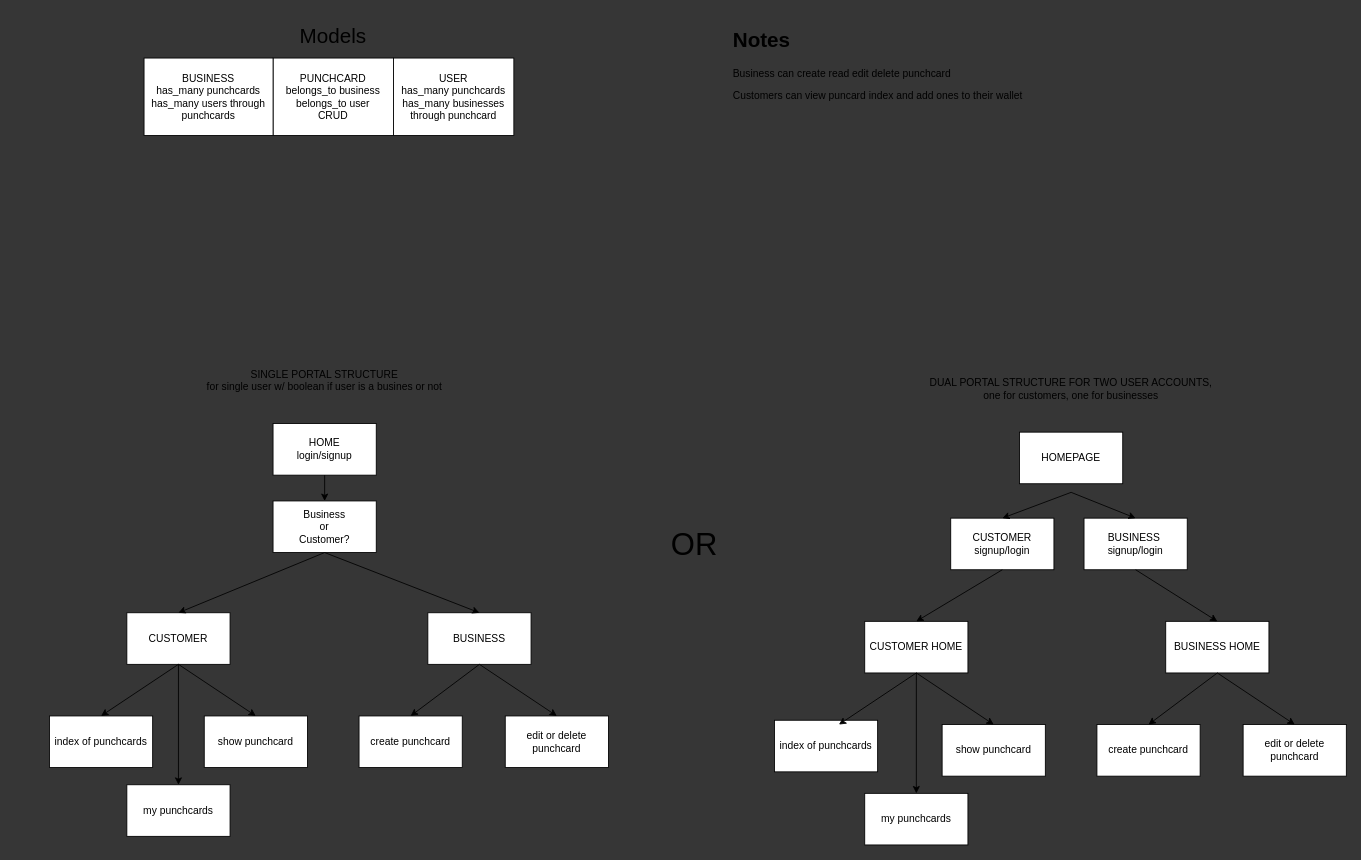
The draw.io diagram structure.drawio in mrsampool/phase-4-proj, before the edit. Source tidied: cells renumbered, new cells numbered last; positions are measured from the earlier drawing's top-left corner, leaving out a move shared by most shapes. Both pictures are drawn from the tidied source at 86%, with x=0, y=0 at pixel (49, 23).
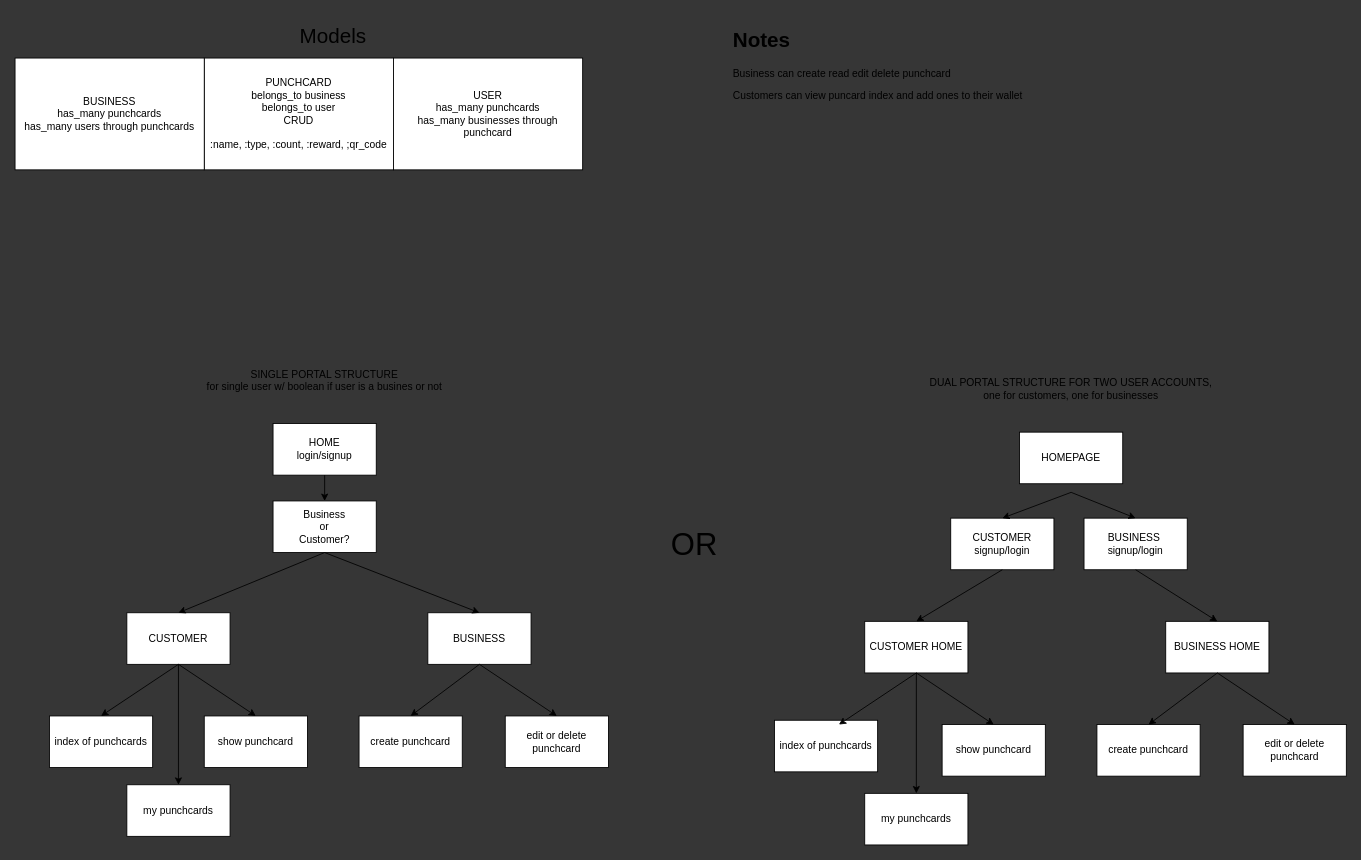
Above is the later version.

Commit message (it also covers changes not shown here):
adds my punchcards to user

What changed in the source:
```diff
@@
-    <mxCell id="2" value="PUNCHCARD&lt;br&gt;belongs_to business&lt;br&gt;belongs_to user&lt;br&gt;CRUD" style="rounded=0;whiteSpace=wrap;html=1;" parent="1" vertex="1">
-      <mxGeometry x="260" y="40" width="140" height="90" as="geometry" />
+    <mxCell id="2" value="PUNCHCARD&lt;br&gt;belongs_to business&lt;br&gt;belongs_to user&lt;br&gt;CRUD&lt;br&gt;&lt;br&gt;:name, :type, :count, :reward, ;qr_code" style="rounded=0;whiteSpace=wrap;html=1;" parent="1" vertex="1">
+      <mxGeometry x="180" y="40" width="220" height="130" as="geometry" />
     </mxCell>
     <mxCell id="3" value="USER&lt;br&gt;has_many punchcards&lt;br&gt;has_many businesses through punchcard" style="rounded=0;whiteSpace=wrap;html=1;" parent="1" vertex="1">
-      <mxGeometry x="400" y="40" width="140" height="90" as="geometry" />
+      <mxGeometry x="400" y="40" width="220" height="130" as="geometry" />
     </mxCell>
     <mxCell id="4" value="BUSINESS&lt;br&gt;has_many punchcards&lt;br&gt;has_many users through punchcards" style="rounded=0;whiteSpace=wrap;html=1;" parent="1" vertex="1">
-      <mxGeometry x="110" y="40" width="150" height="90" as="geometry" />
+      <mxGeometry x="-40" y="40" width="220" height="130" as="geometry" />
     </mxCell>
```
